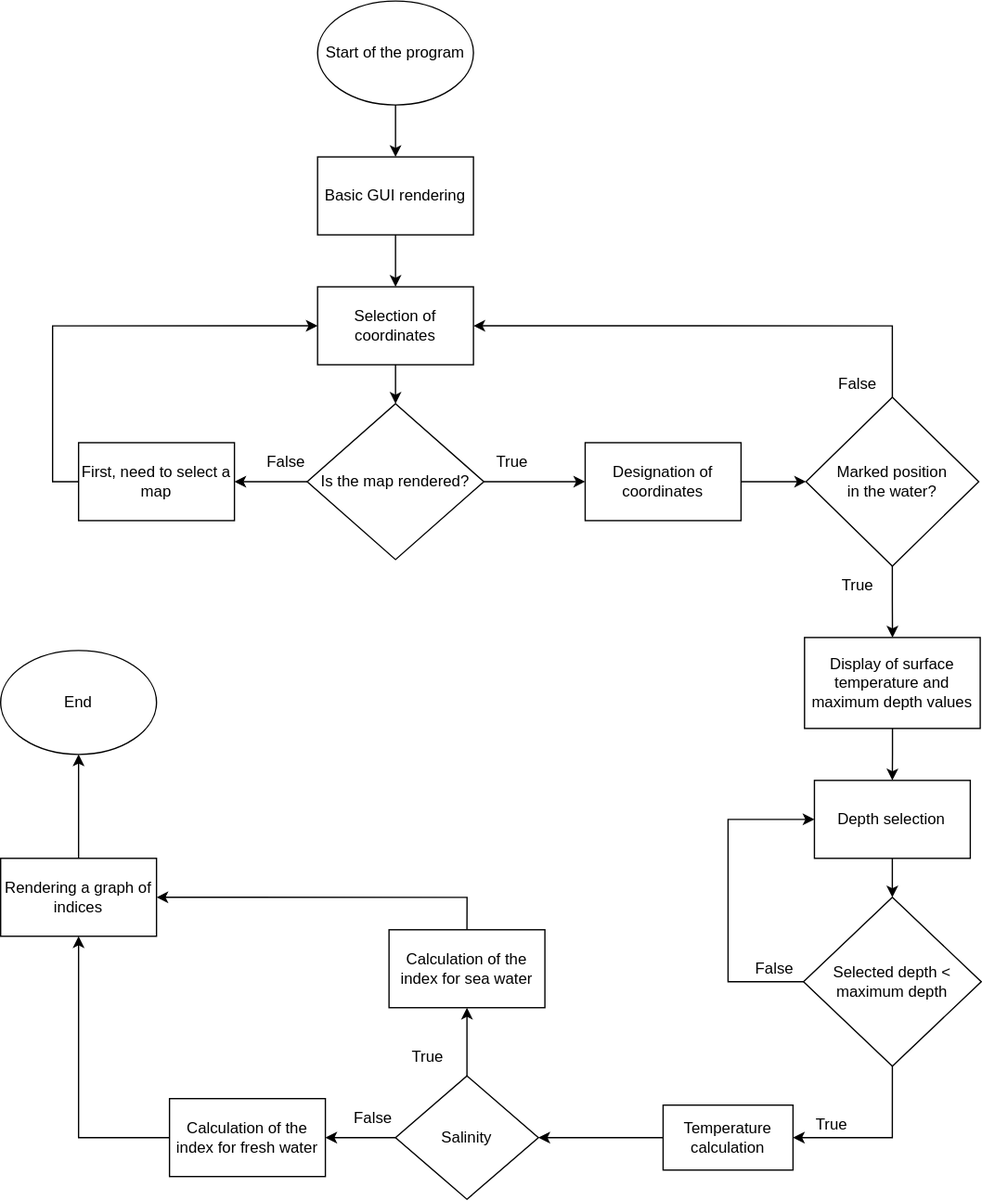
OndraFoltyn/digital-electronics-1 keeps this draw.io diagram as world_map.drawio.svg. Above is the earlier version. Source tidied: cells renumbered, new cells last; positions are measured from the earlier drawing's top-left corner, leaving out a move shared by most shapes.
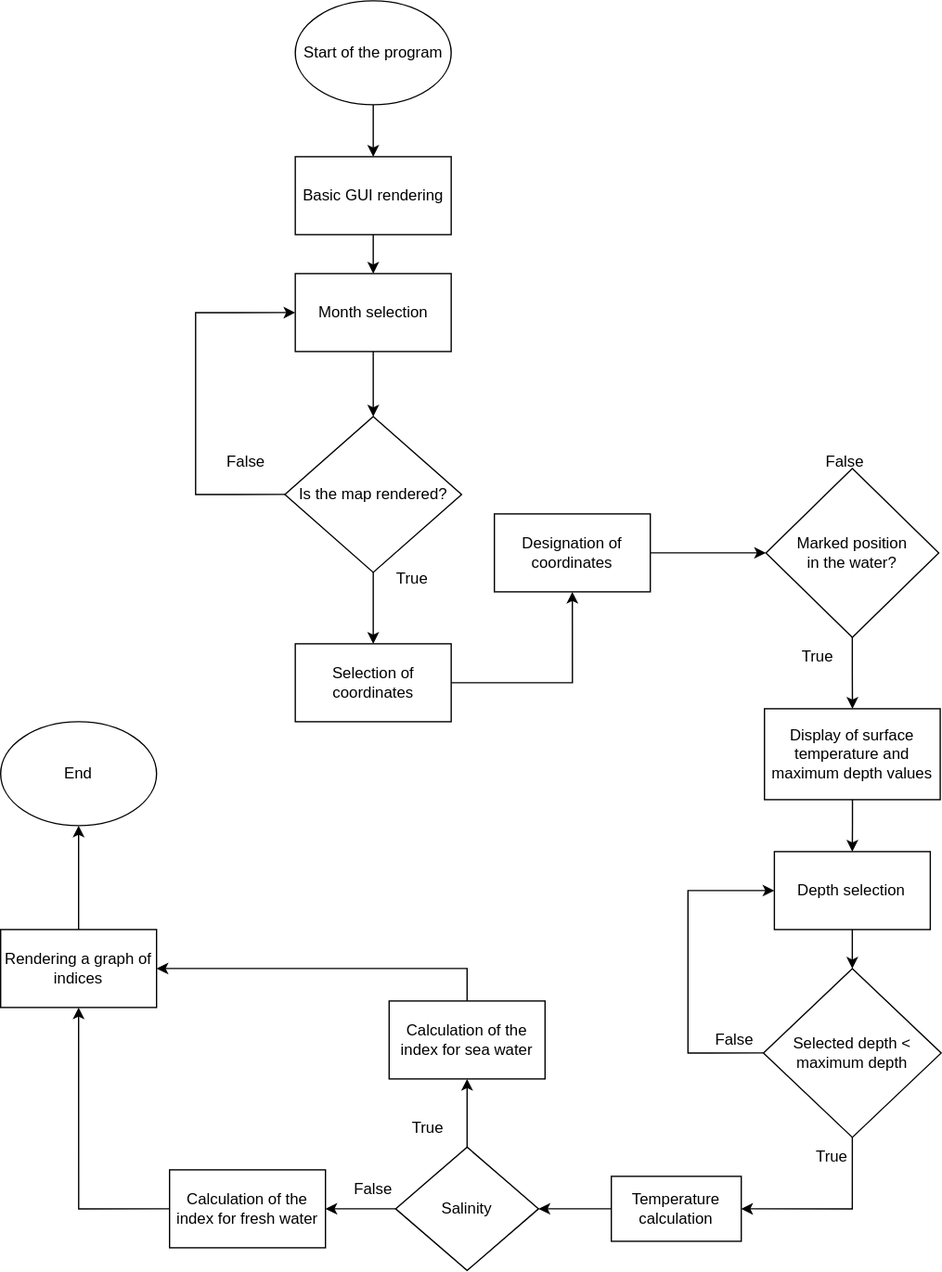
Later version of the same file.

The edit, as a diff of the source:
```diff
@@ -6,79 +6,75 @@
       <mxGeometry relative="1" as="geometry" />
     </mxCell>
     <mxCell id="3" value="Start of the program" style="ellipse;whiteSpace=wrap;html=1;" parent="1" vertex="1">
-      <mxGeometry x="244" width="120" height="80" as="geometry" />
+      <mxGeometry x="226.8" y="-10" width="120" height="80" as="geometry" />
     </mxCell>
-    <mxCell id="4" style="edgeStyle=orthogonalEdgeStyle;rounded=0;jettySize=auto;html=1;" parent="1" edge="1" source="5" target="7">
-      <mxGeometry relative="1" as="geometry" />
-    </mxCell>
+    <mxCell id="45" style="edgeStyle=orthogonalEdgeStyle;rounded=0;jettySize=auto;html=1;exitX=0.5;exitY=1;exitDx=0;exitDy=0;entryX=0.5;entryY=0;entryDx=0;entryDy=0;" parent="1" edge="1" source="5" target="50">
+      <mxGeometry relative="1" as="geometry" />
+    </mxCell>
     <mxCell id="5" value="Basic GUI rendering" style="whiteSpace=wrap;html=1;" parent="1" vertex="1">
-      <mxGeometry x="244" y="120" width="120" height="60" as="geometry" />
+      <mxGeometry x="226.8" y="110" width="120" height="60" as="geometry" />
     </mxCell>
-    <mxCell id="6" style="edgeStyle=orthogonalEdgeStyle;rounded=0;jettySize=auto;html=1;" parent="1" edge="1" source="7" target="10">
-      <mxGeometry relative="1" as="geometry" />
-    </mxCell>
+    <mxCell id="46" style="edgeStyle=orthogonalEdgeStyle;rounded=0;jettySize=auto;html=1;exitX=1;exitY=0.5;exitDx=0;exitDy=0;entryX=0.5;entryY=1;entryDx=0;entryDy=0;" parent="1" edge="1" source="7" target="12">
+      <mxGeometry relative="1" as="geometry" />
+    </mxCell>
     <mxCell id="7" value="Selection of coordinates" style="whiteSpace=wrap;html=1;" parent="1" vertex="1">
-      <mxGeometry x="244" y="220" width="120" height="60" as="geometry" />
+      <mxGeometry x="226.8" y="485" width="120" height="60" as="geometry" />
     </mxCell>
-    <mxCell id="8" style="edgeStyle=orthogonalEdgeStyle;rounded=0;jettySize=auto;html=1;" parent="1" edge="1" source="10" target="12">
-      <mxGeometry relative="1" as="geometry" />
-    </mxCell>
-    <mxCell id="9" style="edgeStyle=orthogonalEdgeStyle;rounded=0;jettySize=auto;html=1;" parent="1" edge="1" source="10" target="16">
-      <mxGeometry relative="1" as="geometry" />
-    </mxCell>
+    <mxCell id="47" style="edgeStyle=orthogonalEdgeStyle;rounded=0;jettySize=auto;html=1;exitX=0;exitY=0.5;exitDx=0;exitDy=0;entryX=0;entryY=0.5;entryDx=0;entryDy=0;" parent="1" edge="1" source="10" target="50">
+      <mxGeometry relative="1" as="geometry">
+        <Array as="points">
+          <mxPoint x="150" y="370" />
+          <mxPoint x="150" y="230" />
+        </Array>
+      </mxGeometry>
+    </mxCell>
+    <mxCell id="48" style="edgeStyle=orthogonalEdgeStyle;rounded=0;jettySize=auto;html=1;exitX=0.5;exitY=1;exitDx=0;exitDy=0;entryX=0.5;entryY=0;entryDx=0;entryDy=0;" parent="1" edge="1" source="10" target="7">
+      <mxGeometry relative="1" as="geometry" />
+    </mxCell>
     <mxCell id="10" value="Is the map rendered?" style="rhombus;whiteSpace=wrap;html=1;" parent="1" vertex="1">
-      <mxGeometry x="236" y="310" width="136" height="120" as="geometry" />
+      <mxGeometry x="218.8" y="310" width="136" height="120" as="geometry" />
     </mxCell>
     <mxCell id="11" style="edgeStyle=orthogonalEdgeStyle;rounded=0;jettySize=auto;html=1;" parent="1" edge="1" source="12" target="19">
       <mxGeometry relative="1" as="geometry" />
     </mxCell>
     <mxCell id="12" value="Designation of coordinates" style="whiteSpace=wrap;html=1;" parent="1" vertex="1">
-      <mxGeometry x="450" y="340" width="120" height="60" as="geometry" />
+      <mxGeometry x="380" y="385" width="120" height="60" as="geometry" />
     </mxCell>
     <mxCell id="13" value="True" style="text;html=1;strokeColor=none;fillColor=none;align=center;verticalAlign=middle;whiteSpace=wrap;rounded=0;" parent="1" vertex="1">
-      <mxGeometry x="364" y="340" width="60" height="30" as="geometry" />
+      <mxGeometry x="286.8" y="420" width="60" height="30" as="geometry" />
     </mxCell>
     <mxCell id="14" value="False" style="text;html=1;strokeColor=none;fillColor=none;align=center;verticalAlign=middle;whiteSpace=wrap;rounded=0;" parent="1" vertex="1">
-      <mxGeometry x="190" y="340" width="60" height="30" as="geometry" />
+      <mxGeometry x="158.8" y="330" width="60" height="30" as="geometry" />
     </mxCell>
-    <mxCell id="15" style="edgeStyle=orthogonalEdgeStyle;rounded=0;jettySize=auto;html=1;exitX=0;exitY=0.5;exitDx=0;exitDy=0;entryX=0;entryY=0.5;entryDx=0;entryDy=0;" parent="1" edge="1" source="16" target="7">
-      <mxGeometry relative="1" as="geometry" />
-    </mxCell>
-    <mxCell id="16" value="First, need to select a map" style="rounded=0;whiteSpace=wrap;html=1;" parent="1" vertex="1">
-      <mxGeometry x="60" y="340" width="120" height="60" as="geometry" />
-    </mxCell>
-    <mxCell id="17" style="edgeStyle=orthogonalEdgeStyle;rounded=0;jettySize=auto;html=1;exitX=0.5;exitY=0;exitDx=0;exitDy=0;entryX=1;entryY=0.5;entryDx=0;entryDy=0;" parent="1" edge="1" source="19" target="7">
-      <mxGeometry relative="1" as="geometry" />
-    </mxCell>
     <mxCell id="18" style="edgeStyle=orthogonalEdgeStyle;rounded=0;jettySize=auto;html=1;" parent="1" edge="1" source="19" target="22">
       <mxGeometry relative="1" as="geometry" />
     </mxCell>
     <mxCell id="19" value="Marked position &lt;br&gt;in the water?" style="rhombus;whiteSpace=wrap;html=1;" parent="1" vertex="1">
-      <mxGeometry x="620" y="305" width="133" height="130" as="geometry" />
+      <mxGeometry x="589" y="350" width="133" height="130" as="geometry" />
     </mxCell>
     <mxCell id="20" value="False" style="text;html=1;strokeColor=none;fillColor=none;align=center;verticalAlign=middle;whiteSpace=wrap;rounded=0;" parent="1" vertex="1">
-      <mxGeometry x="630" y="280" width="60" height="30" as="geometry" />
+      <mxGeometry x="620.5" y="330" width="60" height="30" as="geometry" />
     </mxCell>
     <mxCell id="21" style="edgeStyle=orthogonalEdgeStyle;rounded=0;jettySize=auto;html=1;" parent="1" edge="1" source="22" target="25">
       <mxGeometry relative="1" as="geometry" />
     </mxCell>
     <mxCell id="22" value="Display of surface temperature and maximum depth values" style="whiteSpace=wrap;html=1;" parent="1" vertex="1">
-      <mxGeometry x="618.9" y="490" width="135.2" height="70" as="geometry" />
+      <mxGeometry x="587.9" y="535" width="135.2" height="70" as="geometry" />
     </mxCell>
     <mxCell id="23" value="True" style="text;html=1;strokeColor=none;fillColor=none;align=center;verticalAlign=middle;whiteSpace=wrap;rounded=0;" parent="1" vertex="1">
-      <mxGeometry x="630" y="435" width="60" height="30" as="geometry" />
+      <mxGeometry x="599" y="480" width="60" height="30" as="geometry" />
     </mxCell>
     <mxCell id="24" style="edgeStyle=orthogonalEdgeStyle;rounded=0;jettySize=auto;html=1;" parent="1" edge="1" source="25" target="28">
       <mxGeometry relative="1" as="geometry" />
     </mxCell>
     <mxCell id="25" value="Depth selection" style="whiteSpace=wrap;html=1;" parent="1" vertex="1">
-      <mxGeometry x="626.5" y="600" width="120" height="60" as="geometry" />
+      <mxGeometry x="595.5" y="645" width="120" height="60" as="geometry" />
     </mxCell>
     <mxCell id="26" style="edgeStyle=orthogonalEdgeStyle;rounded=0;jettySize=auto;html=1;exitX=0;exitY=0.5;exitDx=0;exitDy=0;entryX=0;entryY=0.5;entryDx=0;entryDy=0;" parent="1" edge="1" source="28" target="25">
       <mxGeometry relative="1" as="geometry">
         <Array as="points">
-          <mxPoint x="560" y="755" />
-          <mxPoint x="560" y="630" />
+          <mxPoint x="529" y="800" />
+          <mxPoint x="529" y="675" />
         </Array>
       </mxGeometry>
     </mxCell>
@@ -86,19 +82,19 @@
       <mxGeometry relative="1" as="geometry" />
     </mxCell>
     <mxCell id="28" value="Selected depth &amp;lt; &lt;br&gt;maximum depth" style="rhombus;whiteSpace=wrap;html=1;" parent="1" vertex="1">
-      <mxGeometry x="618.1" y="690" width="136.8" height="130" as="geometry" />
+      <mxGeometry x="587.1" y="735" width="136.8" height="130" as="geometry" />
     </mxCell>
     <mxCell id="29" value="False" style="text;html=1;strokeColor=none;fillColor=none;align=center;verticalAlign=middle;whiteSpace=wrap;rounded=0;" parent="1" vertex="1">
-      <mxGeometry x="566.5" y="730" width="60" height="30" as="geometry" />
+      <mxGeometry x="535.5" y="775" width="60" height="30" as="geometry" />
     </mxCell>
     <mxCell id="30" style="edgeStyle=orthogonalEdgeStyle;rounded=0;jettySize=auto;html=1;" parent="1" edge="1" source="31" target="35">
       <mxGeometry relative="1" as="geometry" />
     </mxCell>
     <mxCell id="31" value="Temperature calculation" style="whiteSpace=wrap;html=1;" parent="1" vertex="1">
-      <mxGeometry x="510" y="850" width="100" height="50" as="geometry" />
+      <mxGeometry x="470" y="895" width="100" height="50" as="geometry" />
     </mxCell>
     <mxCell id="32" value="True" style="text;html=1;strokeColor=none;fillColor=none;align=center;verticalAlign=middle;whiteSpace=wrap;rounded=0;" parent="1" vertex="1">
-      <mxGeometry x="610" y="850" width="60" height="30" as="geometry" />
+      <mxGeometry x="610" y="865" width="60" height="30" as="geometry" />
     </mxCell>
     <mxCell id="33" style="edgeStyle=orthogonalEdgeStyle;rounded=0;jettySize=auto;html=1;" parent="1" edge="1" source="35" target="37">
       <mxGeometry relative="1" as="geometry" />
@@ -107,34 +103,40 @@
       <mxGeometry relative="1" as="geometry" />
     </mxCell>
     <mxCell id="35" value="Salinity" style="rhombus;whiteSpace=wrap;html=1;" parent="1" vertex="1">
-      <mxGeometry x="304" y="827.5" width="110" height="95" as="geometry" />
+      <mxGeometry x="304" y="872.5" width="110" height="95" as="geometry" />
     </mxCell>
     <mxCell id="36" style="edgeStyle=orthogonalEdgeStyle;rounded=0;jettySize=auto;html=1;exitX=0;exitY=0.5;exitDx=0;exitDy=0;entryX=0.5;entryY=1;entryDx=0;entryDy=0;" parent="1" edge="1" source="37" target="43">
       <mxGeometry relative="1" as="geometry" />
     </mxCell>
     <mxCell id="37" value="Calculation of the index for fresh water" style="whiteSpace=wrap;html=1;" parent="1" vertex="1">
-      <mxGeometry x="130" y="845" width="120" height="60" as="geometry" />
+      <mxGeometry x="130" y="890" width="120" height="60" as="geometry" />
     </mxCell>
     <mxCell id="38" style="edgeStyle=orthogonalEdgeStyle;rounded=0;jettySize=auto;html=1;exitX=0.5;exitY=0;exitDx=0;exitDy=0;entryX=1;entryY=0.5;entryDx=0;entryDy=0;" parent="1" edge="1" source="39" target="43">
       <mxGeometry relative="1" as="geometry" />
     </mxCell>
     <mxCell id="39" value="Calculation of the index for sea water" style="whiteSpace=wrap;html=1;" parent="1" vertex="1">
-      <mxGeometry x="299" y="715" width="120" height="60" as="geometry" />
+      <mxGeometry x="299" y="760" width="120" height="60" as="geometry" />
     </mxCell>
     <mxCell id="40" value="False" style="text;html=1;strokeColor=none;fillColor=none;align=center;verticalAlign=middle;whiteSpace=wrap;rounded=0;" parent="1" vertex="1">
-      <mxGeometry x="260" y="845" width="53.5" height="30" as="geometry" />
+      <mxGeometry x="260" y="890" width="53.5" height="30" as="geometry" />
     </mxCell>
     <mxCell id="41" value="True" style="text;html=1;strokeColor=none;fillColor=none;align=center;verticalAlign=middle;whiteSpace=wrap;rounded=0;" parent="1" vertex="1">
-      <mxGeometry x="299" y="797.5" width="60" height="30" as="geometry" />
+      <mxGeometry x="299" y="842.5" width="60" height="30" as="geometry" />
     </mxCell>
     <mxCell id="42" style="edgeStyle=orthogonalEdgeStyle;rounded=0;jettySize=auto;html=1;exitX=0.5;exitY=0;exitDx=0;exitDy=0;entryX=0.5;entryY=1;entryDx=0;entryDy=0;" parent="1" edge="1" source="43" target="44">
       <mxGeometry relative="1" as="geometry" />
     </mxCell>
     <mxCell id="43" value="Rendering a graph of indices" style="rounded=0;whiteSpace=wrap;html=1;" parent="1" vertex="1">
-      <mxGeometry y="660" width="120" height="60" as="geometry" />
+      <mxGeometry y="705" width="120" height="60" as="geometry" />
     </mxCell>
     <mxCell id="44" value="End" style="ellipse;whiteSpace=wrap;html=1;" parent="1" vertex="1">
-      <mxGeometry y="500" width="120" height="80" as="geometry" />
+      <mxGeometry y="545" width="120" height="80" as="geometry" />
     </mxCell>
+    <mxCell id="49" style="edgeStyle=orthogonalEdgeStyle;rounded=0;jettySize=auto;html=1;exitX=0.5;exitY=1;exitDx=0;exitDy=0;" parent="1" edge="1" source="50" target="10">
+      <mxGeometry relative="1" as="geometry" />
+    </mxCell>
+    <mxCell id="50" value="Month selection" style="rounded=0;whiteSpace=wrap;html=1;" parent="1" vertex="1">
+      <mxGeometry x="226.8" y="200" width="120" height="60" as="geometry" />
+    </mxCell>
   </root>
 </mxGraphModel>
```
